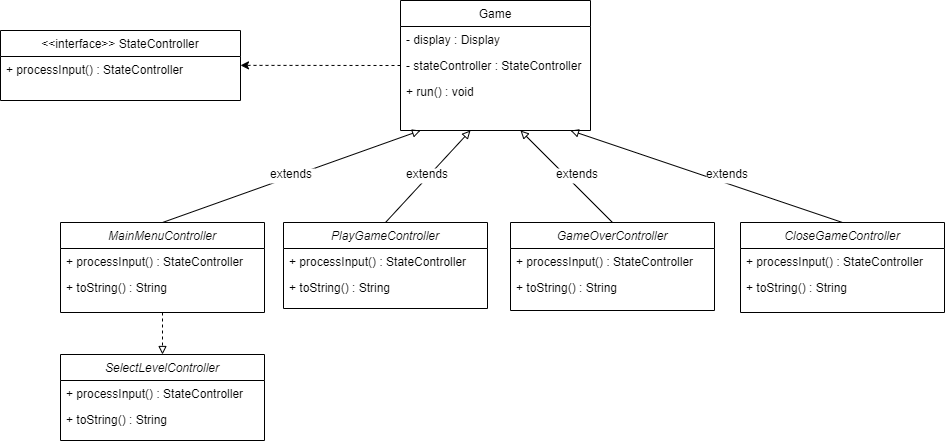
This is docs/state.png from ricardofdc/LPOO_19-20, a draw.io export, as it was before one commit. Source tidied: cells renumbered, new cells last; positions are measured from the earlier drawing's top-left corner, leaving out a move shared by most shapes. Its diagram source:
```xml
<mxGraphModel>
  <root>
    <mxCell id="0" />
    <mxCell id="1" parent="0" />
    <mxCell id="2" value="Game" style="swimlane;fontStyle=0;align=center;verticalAlign=top;horizontal=1;startSize=26;rounded=0;shadow=0;strokeWidth=1;" parent="1" vertex="1">
      <mxGeometry x="400" width="190" height="130" as="geometry" />
    </mxCell>
    <mxCell id="3" value="- display : Display" style="text;align=left;verticalAlign=top;spacingLeft=4;spacingRight=4;overflow=hidden;" parent="2" vertex="1">
      <mxGeometry y="26" width="190" height="26" as="geometry" />
    </mxCell>
    <mxCell id="4" value="- stateController : StateController" style="text;align=left;verticalAlign=top;spacingLeft=4;spacingRight=4;overflow=hidden;points=[[0,0.5],[1,0.5]];portConstraint=eastwest;rounded=0;shadow=0;html=0;" parent="2" vertex="1">
      <mxGeometry y="52" width="190" height="26" as="geometry" />
    </mxCell>
    <mxCell id="5" value="+ run() : void" style="text;align=left;verticalAlign=top;spacingLeft=4;spacingRight=4;overflow=hidden;rounded=0;shadow=0;html=0;" parent="2" vertex="1">
      <mxGeometry y="78" width="190" height="26" as="geometry" />
    </mxCell>
    <mxCell id="6" style="edgeStyle=none;rounded=0;jettySize=auto;html=1;exitX=0;exitY=0.5;exitDx=0;exitDy=0;dashed=1;entryX=1;entryY=0.341;entryDx=0;entryDy=0;entryPerimeter=0;" parent="1" edge="1" source="4" target="33">
      <mxGeometry relative="1" as="geometry" />
    </mxCell>
    <mxCell id="7" style="edgeStyle=none;rounded=0;jettySize=auto;html=1;exitX=0.5;exitY=0;exitDx=0;exitDy=0;endArrow=block;endFill=0;" parent="1" edge="1" source="19">
      <mxGeometry relative="1" as="geometry">
        <mxPoint x="420" y="130" as="targetPoint" />
      </mxGeometry>
    </mxCell>
    <mxCell id="8" style="edgeStyle=none;rounded=0;jettySize=auto;html=1;exitX=0.5;exitY=0;exitDx=0;exitDy=0;endArrow=block;endFill=0;" parent="1" edge="1" source="15">
      <mxGeometry relative="1" as="geometry">
        <mxPoint x="470" y="130" as="targetPoint" />
      </mxGeometry>
    </mxCell>
    <mxCell id="9" style="edgeStyle=none;rounded=0;jettySize=auto;html=1;exitX=0.5;exitY=0;exitDx=0;exitDy=0;endArrow=block;endFill=0;" parent="1" edge="1" source="22">
      <mxGeometry relative="1" as="geometry">
        <mxPoint x="520" y="130" as="targetPoint" />
      </mxGeometry>
    </mxCell>
    <mxCell id="10" value="extends" style="text;align=left;verticalAlign=top;spacingLeft=4;spacingRight=4;overflow=hidden;labelBackgroundColor=#ffffff;" parent="1" vertex="1">
      <mxGeometry x="264" y="160" width="60" height="26" as="geometry" />
    </mxCell>
    <mxCell id="11" value="extends" style="text;align=left;verticalAlign=top;spacingLeft=4;spacingRight=4;overflow=hidden;labelBackgroundColor=#ffffff;" parent="1" vertex="1">
      <mxGeometry x="400" y="160" width="60" height="26" as="geometry" />
    </mxCell>
    <mxCell id="12" value="extends" style="text;align=left;verticalAlign=top;spacingLeft=4;spacingRight=4;overflow=hidden;labelBackgroundColor=#ffffff;" parent="1" vertex="1">
      <mxGeometry x="550" y="160" width="60" height="26" as="geometry" />
    </mxCell>
    <mxCell id="13" style="edgeStyle=none;rounded=0;jettySize=auto;html=1;exitX=0.5;exitY=0;exitDx=0;exitDy=0;endArrow=block;endFill=0;" parent="1" edge="1" source="25">
      <mxGeometry relative="1" as="geometry">
        <mxPoint x="570" y="130" as="targetPoint" />
      </mxGeometry>
    </mxCell>
    <mxCell id="14" value="extends" style="text;align=left;verticalAlign=top;spacingLeft=4;spacingRight=4;overflow=hidden;labelBackgroundColor=#ffffff;" parent="1" vertex="1">
      <mxGeometry x="700" y="160" width="60" height="26" as="geometry" />
    </mxCell>
    <mxCell id="15" value="PlayGameController" style="swimlane;fontStyle=2;align=center;verticalAlign=top;horizontal=1;startSize=26;rounded=0;shadow=0;strokeWidth=1;" parent="1" vertex="1">
      <mxGeometry x="283" y="222" width="204" height="86" as="geometry" />
    </mxCell>
    <mxCell id="16" value="+ processInput() : StateController" style="text;align=left;verticalAlign=top;spacingLeft=4;spacingRight=4;overflow=hidden;" parent="15" vertex="1">
      <mxGeometry y="26" width="204" height="26" as="geometry" />
    </mxCell>
    <mxCell id="17" value="+ toString() : String" style="text;align=left;verticalAlign=top;spacingLeft=4;spacingRight=4;overflow=hidden;rounded=0;shadow=0;html=0;" parent="15" vertex="1">
      <mxGeometry y="52" width="204" height="26" as="geometry" />
    </mxCell>
    <mxCell id="18" style="edgeStyle=none;rounded=0;jettySize=auto;html=1;exitX=0.5;exitY=1;exitDx=0;exitDy=0;entryX=0.5;entryY=0;entryDx=0;entryDy=0;endArrow=block;endFill=0;dashed=1;" parent="1" edge="1" source="19" target="29">
      <mxGeometry relative="1" as="geometry" />
    </mxCell>
    <mxCell id="19" value="MainMenuController" style="swimlane;fontStyle=2;align=center;verticalAlign=top;horizontal=1;startSize=26;rounded=0;shadow=0;strokeWidth=1;" parent="1" vertex="1">
      <mxGeometry x="60" y="222" width="204" height="90" as="geometry" />
    </mxCell>
    <mxCell id="20" value="+ processInput() : StateController" style="text;align=left;verticalAlign=top;spacingLeft=4;spacingRight=4;overflow=hidden;" parent="19" vertex="1">
      <mxGeometry y="26" width="204" height="26" as="geometry" />
    </mxCell>
    <mxCell id="21" value="+ toString() : String" style="text;align=left;verticalAlign=top;spacingLeft=4;spacingRight=4;overflow=hidden;rounded=0;shadow=0;html=0;" parent="19" vertex="1">
      <mxGeometry y="52" width="204" height="26" as="geometry" />
    </mxCell>
    <mxCell id="22" value="GameOverController" style="swimlane;fontStyle=2;align=center;verticalAlign=top;horizontal=1;startSize=26;rounded=0;shadow=0;strokeWidth=1;" parent="1" vertex="1">
      <mxGeometry x="510" y="222" width="204" height="88" as="geometry" />
    </mxCell>
    <mxCell id="23" value="+ processInput() : StateController" style="text;align=left;verticalAlign=top;spacingLeft=4;spacingRight=4;overflow=hidden;" parent="22" vertex="1">
      <mxGeometry y="26" width="204" height="26" as="geometry" />
    </mxCell>
    <mxCell id="24" value="+ toString() : String" style="text;align=left;verticalAlign=top;spacingLeft=4;spacingRight=4;overflow=hidden;rounded=0;shadow=0;html=0;" parent="22" vertex="1">
      <mxGeometry y="52" width="204" height="26" as="geometry" />
    </mxCell>
    <mxCell id="25" value="CloseGameController" style="swimlane;fontStyle=2;align=center;verticalAlign=top;horizontal=1;startSize=26;rounded=0;shadow=0;strokeWidth=1;" parent="1" vertex="1">
      <mxGeometry x="740" y="222" width="204" height="90" as="geometry" />
    </mxCell>
    <mxCell id="26" value="+ processInput() : StateController" style="text;align=left;verticalAlign=top;spacingLeft=4;spacingRight=4;overflow=hidden;" parent="25" vertex="1">
      <mxGeometry y="26" width="204" height="26" as="geometry" />
    </mxCell>
    <mxCell id="27" value="+ toString() : String" style="text;align=left;verticalAlign=top;spacingLeft=4;spacingRight=4;overflow=hidden;rounded=0;shadow=0;html=0;" parent="25" vertex="1">
      <mxGeometry y="52" width="204" height="26" as="geometry" />
    </mxCell>
    <mxCell id="28" style="edgeStyle=none;rounded=0;orthogonalLoop=1;jettySize=auto;html=1;entryX=0.75;entryY=1;entryDx=0;entryDy=0;endArrow=block;endFill=0;" parent="1" edge="1" source="2" target="2">
      <mxGeometry relative="1" as="geometry" />
    </mxCell>
    <mxCell id="29" value="SelectLevelController" style="swimlane;fontStyle=2;align=center;verticalAlign=top;horizontal=1;startSize=26;rounded=0;shadow=0;strokeWidth=1;" parent="1" vertex="1">
      <mxGeometry x="60" y="354" width="204" height="86" as="geometry" />
    </mxCell>
    <mxCell id="30" value="+ processInput() : StateController" style="text;align=left;verticalAlign=top;spacingLeft=4;spacingRight=4;overflow=hidden;" parent="29" vertex="1">
      <mxGeometry y="26" width="204" height="26" as="geometry" />
    </mxCell>
    <mxCell id="31" value="+ toString() : String" style="text;align=left;verticalAlign=top;spacingLeft=4;spacingRight=4;overflow=hidden;rounded=0;shadow=0;html=0;" parent="29" vertex="1">
      <mxGeometry y="52" width="204" height="26" as="geometry" />
    </mxCell>
    <mxCell id="32" value="&lt;&lt;interface&gt;&gt; StateController" style="swimlane;fontStyle=0;align=center;verticalAlign=top;horizontal=1;startSize=26;rounded=0;shadow=0;strokeWidth=1;" parent="1" vertex="1">
      <mxGeometry y="30" width="240" height="70" as="geometry" />
    </mxCell>
    <mxCell id="33" value="+ processInput() : StateController" style="text;align=left;verticalAlign=top;spacingLeft=4;spacingRight=4;overflow=hidden;points=[[0,0.5],[1,0.5]];portConstraint=eastwest;" parent="32" vertex="1">
      <mxGeometry y="26" width="240" height="26" as="geometry" />
    </mxCell>
  </root>
</mxGraphModel>
```
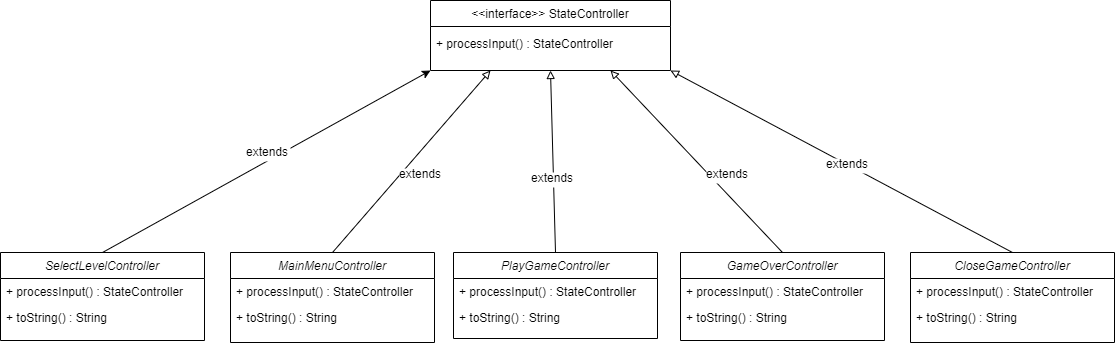
Above is the later version.

Commit message:
state uml

What changed in the source:
```diff
@@ -2,55 +2,47 @@
   <root>
     <mxCell id="0" />
     <mxCell id="1" parent="0" />
-    <mxCell id="2" value="Game" style="swimlane;fontStyle=0;align=center;verticalAlign=top;horizontal=1;startSize=26;rounded=0;shadow=0;strokeWidth=1;" parent="1" vertex="1">
-      <mxGeometry x="400" width="190" height="130" as="geometry" />
-    </mxCell>
-    <mxCell id="3" value="- display : Display" style="text;align=left;verticalAlign=top;spacingLeft=4;spacingRight=4;overflow=hidden;" parent="2" vertex="1">
-      <mxGeometry y="26" width="190" height="26" as="geometry" />
-    </mxCell>
-    <mxCell id="4" value="- stateController : StateController" style="text;align=left;verticalAlign=top;spacingLeft=4;spacingRight=4;overflow=hidden;points=[[0,0.5],[1,0.5]];portConstraint=eastwest;rounded=0;shadow=0;html=0;" parent="2" vertex="1">
-      <mxGeometry y="52" width="190" height="26" as="geometry" />
-    </mxCell>
-    <mxCell id="5" value="+ run() : void" style="text;align=left;verticalAlign=top;spacingLeft=4;spacingRight=4;overflow=hidden;rounded=0;shadow=0;html=0;" parent="2" vertex="1">
-      <mxGeometry y="78" width="190" height="26" as="geometry" />
-    </mxCell>
-    <mxCell id="6" style="edgeStyle=none;rounded=0;jettySize=auto;html=1;exitX=0;exitY=0.5;exitDx=0;exitDy=0;dashed=1;entryX=1;entryY=0.341;entryDx=0;entryDy=0;entryPerimeter=0;" parent="1" edge="1" source="4" target="33">
-      <mxGeometry relative="1" as="geometry" />
-    </mxCell>
-    <mxCell id="7" style="edgeStyle=none;rounded=0;jettySize=auto;html=1;exitX=0.5;exitY=0;exitDx=0;exitDy=0;endArrow=block;endFill=0;" parent="1" edge="1" source="19">
-      <mxGeometry relative="1" as="geometry">
-        <mxPoint x="420" y="130" as="targetPoint" />
-      </mxGeometry>
+    <mxCell id="7" style="edgeStyle=none;rounded=0;jettySize=auto;html=1;exitX=0.5;exitY=0;exitDx=0;exitDy=0;endArrow=block;endFill=0;entryX=0.25;entryY=1;entryDx=0;entryDy=0;" parent="1" edge="1" source="19" target="32">
+      <mxGeometry relative="1" as="geometry" />
     </mxCell>
-    <mxCell id="8" style="edgeStyle=none;rounded=0;jettySize=auto;html=1;exitX=0.5;exitY=0;exitDx=0;exitDy=0;endArrow=block;endFill=0;" parent="1" edge="1" source="15">
-      <mxGeometry relative="1" as="geometry">
-        <mxPoint x="470" y="130" as="targetPoint" />
-      </mxGeometry>
+    <mxCell id="8" style="edgeStyle=none;rounded=0;jettySize=auto;html=1;exitX=0.5;exitY=0;exitDx=0;exitDy=0;endArrow=block;endFill=0;entryX=0.5;entryY=1;entryDx=0;entryDy=0;" parent="1" edge="1" source="15" target="32">
+      <mxGeometry relative="1" as="geometry" />
     </mxCell>
-    <mxCell id="9" style="edgeStyle=none;rounded=0;jettySize=auto;html=1;exitX=0.5;exitY=0;exitDx=0;exitDy=0;endArrow=block;endFill=0;" parent="1" edge="1" source="22">
-      <mxGeometry relative="1" as="geometry">
-        <mxPoint x="520" y="130" as="targetPoint" />
-      </mxGeometry>
+    <mxCell id="9" style="edgeStyle=none;rounded=0;jettySize=auto;html=1;exitX=0.5;exitY=0;exitDx=0;exitDy=0;endArrow=block;endFill=0;entryX=0.75;entryY=1;entryDx=0;entryDy=0;" parent="1" edge="1" source="22" target="32">
+      <mxGeometry relative="1" as="geometry" />
     </mxCell>
     <mxCell id="10" value="extends" style="text;align=left;verticalAlign=top;spacingLeft=4;spacingRight=4;overflow=hidden;labelBackgroundColor=#ffffff;" parent="1" vertex="1">
-      <mxGeometry x="264" y="160" width="60" height="26" as="geometry" />
+      <mxGeometry x="153" y="130" width="60" height="26" as="geometry" />
     </mxCell>
     <mxCell id="11" value="extends" style="text;align=left;verticalAlign=top;spacingLeft=4;spacingRight=4;overflow=hidden;labelBackgroundColor=#ffffff;" parent="1" vertex="1">
-      <mxGeometry x="400" y="160" width="60" height="26" as="geometry" />
+      <mxGeometry x="285" y="134" width="60" height="26" as="geometry" />
     </mxCell>
     <mxCell id="12" value="extends" style="text;align=left;verticalAlign=top;spacingLeft=4;spacingRight=4;overflow=hidden;labelBackgroundColor=#ffffff;" parent="1" vertex="1">
-      <mxGeometry x="550" y="160" width="60" height="26" as="geometry" />
+      <mxGeometry x="460" y="130" width="60" height="26" as="geometry" />
     </mxCell>
-    <mxCell id="13" style="edgeStyle=none;rounded=0;jettySize=auto;html=1;exitX=0.5;exitY=0;exitDx=0;exitDy=0;endArrow=block;endFill=0;" parent="1" edge="1" source="25">
-      <mxGeometry relative="1" as="geometry">
-        <mxPoint x="570" y="130" as="targetPoint" />
-      </mxGeometry>
+    <mxCell id="13" style="edgeStyle=none;rounded=0;jettySize=auto;html=1;exitX=0.5;exitY=0;exitDx=0;exitDy=0;endArrow=block;endFill=0;entryX=1;entryY=1;entryDx=0;entryDy=0;" parent="1" edge="1" source="25" target="32">
+      <mxGeometry relative="1" as="geometry" />
     </mxCell>
     <mxCell id="14" value="extends" style="text;align=left;verticalAlign=top;spacingLeft=4;spacingRight=4;overflow=hidden;labelBackgroundColor=#ffffff;" parent="1" vertex="1">
-      <mxGeometry x="700" y="160" width="60" height="26" as="geometry" />
+      <mxGeometry x="580" y="120" width="60" height="26" as="geometry" />
     </mxCell>
+    <mxCell id="28" style="edgeStyle=none;rounded=0;orthogonalLoop=1;jettySize=auto;html=1;entryX=0.75;entryY=1;entryDx=0;entryDy=0;endArrow=block;endFill=0;" parent="1" edge="1">
+      <mxGeometry relative="1" as="geometry">
+        <mxPoint x="472.5" y="130" as="sourcePoint" />
+        <mxPoint x="472.5" y="130" as="targetPoint" />
+      </mxGeometry>
+    </mxCell>
+    <mxCell id="33" value="+ processInput() : StateController" style="text;align=left;verticalAlign=top;spacingLeft=4;spacingRight=4;overflow=hidden;points=[[0,0.5],[1,0.5]];portConstraint=eastwest;" parent="1" vertex="1">
+      <mxGeometry x="190" width="240" height="26" as="geometry" />
+    </mxCell>
+    <mxCell id="34" style="edgeStyle=none;rounded=0;jettySize=auto;html=1;exitX=0.5;exitY=0;exitDx=0;exitDy=0;entryX=0;entryY=1;entryDx=0;entryDy=0;" parent="1" edge="1" source="29" target="32">
+      <mxGeometry relative="1" as="geometry" />
+    </mxCell>
+    <mxCell id="35" value="extends" style="text;align=left;verticalAlign=top;spacingLeft=4;spacingRight=4;overflow=hidden;labelBackgroundColor=#ffffff;" parent="1" vertex="1">
+      <mxGeometry y="108" width="60" height="26" as="geometry" />
+    </mxCell>
     <mxCell id="15" value="PlayGameController" style="swimlane;fontStyle=2;align=center;verticalAlign=top;horizontal=1;startSize=26;rounded=0;shadow=0;strokeWidth=1;" parent="1" vertex="1">
-      <mxGeometry x="283" y="222" width="204" height="86" as="geometry" />
+      <mxGeometry x="213" y="222" width="204" height="86" as="geometry" />
     </mxCell>
     <mxCell id="16" value="+ processInput() : StateController" style="text;align=left;verticalAlign=top;spacingLeft=4;spacingRight=4;overflow=hidden;" parent="15" vertex="1">
       <mxGeometry y="26" width="204" height="26" as="geometry" />
@@ -58,11 +50,8 @@
     <mxCell id="17" value="+ toString() : String" style="text;align=left;verticalAlign=top;spacingLeft=4;spacingRight=4;overflow=hidden;rounded=0;shadow=0;html=0;" parent="15" vertex="1">
       <mxGeometry y="52" width="204" height="26" as="geometry" />
     </mxCell>
-    <mxCell id="18" style="edgeStyle=none;rounded=0;jettySize=auto;html=1;exitX=0.5;exitY=1;exitDx=0;exitDy=0;entryX=0.5;entryY=0;entryDx=0;entryDy=0;endArrow=block;endFill=0;dashed=1;" parent="1" edge="1" source="19" target="29">
-      <mxGeometry relative="1" as="geometry" />
-    </mxCell>
     <mxCell id="19" value="MainMenuController" style="swimlane;fontStyle=2;align=center;verticalAlign=top;horizontal=1;startSize=26;rounded=0;shadow=0;strokeWidth=1;" parent="1" vertex="1">
-      <mxGeometry x="60" y="222" width="204" height="90" as="geometry" />
+      <mxGeometry x="-10" y="222" width="204" height="90" as="geometry" />
     </mxCell>
     <mxCell id="20" value="+ processInput() : StateController" style="text;align=left;verticalAlign=top;spacingLeft=4;spacingRight=4;overflow=hidden;" parent="19" vertex="1">
       <mxGeometry y="26" width="204" height="26" as="geometry" />
@@ -71,7 +60,7 @@
       <mxGeometry y="52" width="204" height="26" as="geometry" />
     </mxCell>
     <mxCell id="22" value="GameOverController" style="swimlane;fontStyle=2;align=center;verticalAlign=top;horizontal=1;startSize=26;rounded=0;shadow=0;strokeWidth=1;" parent="1" vertex="1">
-      <mxGeometry x="510" y="222" width="204" height="88" as="geometry" />
+      <mxGeometry x="440" y="222" width="204" height="88" as="geometry" />
     </mxCell>
     <mxCell id="23" value="+ processInput() : StateController" style="text;align=left;verticalAlign=top;spacingLeft=4;spacingRight=4;overflow=hidden;" parent="22" vertex="1">
       <mxGeometry y="26" width="204" height="26" as="geometry" />
@@ -80,7 +69,7 @@
       <mxGeometry y="52" width="204" height="26" as="geometry" />
     </mxCell>
     <mxCell id="25" value="CloseGameController" style="swimlane;fontStyle=2;align=center;verticalAlign=top;horizontal=1;startSize=26;rounded=0;shadow=0;strokeWidth=1;" parent="1" vertex="1">
-      <mxGeometry x="740" y="222" width="204" height="90" as="geometry" />
+      <mxGeometry x="670" y="222" width="204" height="90" as="geometry" />
     </mxCell>
     <mxCell id="26" value="+ processInput() : StateController" style="text;align=left;verticalAlign=top;spacingLeft=4;spacingRight=4;overflow=hidden;" parent="25" vertex="1">
       <mxGeometry y="26" width="204" height="26" as="geometry" />
@@ -88,11 +77,8 @@
     <mxCell id="27" value="+ toString() : String" style="text;align=left;verticalAlign=top;spacingLeft=4;spacingRight=4;overflow=hidden;rounded=0;shadow=0;html=0;" parent="25" vertex="1">
       <mxGeometry y="52" width="204" height="26" as="geometry" />
     </mxCell>
-    <mxCell id="28" style="edgeStyle=none;rounded=0;orthogonalLoop=1;jettySize=auto;html=1;entryX=0.75;entryY=1;entryDx=0;entryDy=0;endArrow=block;endFill=0;" parent="1" edge="1" source="2" target="2">
-      <mxGeometry relative="1" as="geometry" />
-    </mxCell>
     <mxCell id="29" value="SelectLevelController" style="swimlane;fontStyle=2;align=center;verticalAlign=top;horizontal=1;startSize=26;rounded=0;shadow=0;strokeWidth=1;" parent="1" vertex="1">
-      <mxGeometry x="60" y="354" width="204" height="86" as="geometry" />
+      <mxGeometry x="-240" y="222" width="204" height="88" as="geometry" />
     </mxCell>
     <mxCell id="30" value="+ processInput() : StateController" style="text;align=left;verticalAlign=top;spacingLeft=4;spacingRight=4;overflow=hidden;" parent="29" vertex="1">
       <mxGeometry y="26" width="204" height="26" as="geometry" />
@@ -101,10 +87,7 @@
       <mxGeometry y="52" width="204" height="26" as="geometry" />
     </mxCell>
     <mxCell id="32" value="&lt;&lt;interface&gt;&gt; StateController" style="swimlane;fontStyle=0;align=center;verticalAlign=top;horizontal=1;startSize=26;rounded=0;shadow=0;strokeWidth=1;" parent="1" vertex="1">
-      <mxGeometry y="30" width="240" height="70" as="geometry" />
+      <mxGeometry x="190" y="-30" width="240" height="70" as="geometry" />
     </mxCell>
-    <mxCell id="33" value="+ processInput() : StateController" style="text;align=left;verticalAlign=top;spacingLeft=4;spacingRight=4;overflow=hidden;points=[[0,0.5],[1,0.5]];portConstraint=eastwest;" parent="32" vertex="1">
-      <mxGeometry y="26" width="240" height="26" as="geometry" />
-    </mxCell>
   </root>
 </mxGraphModel>
```
